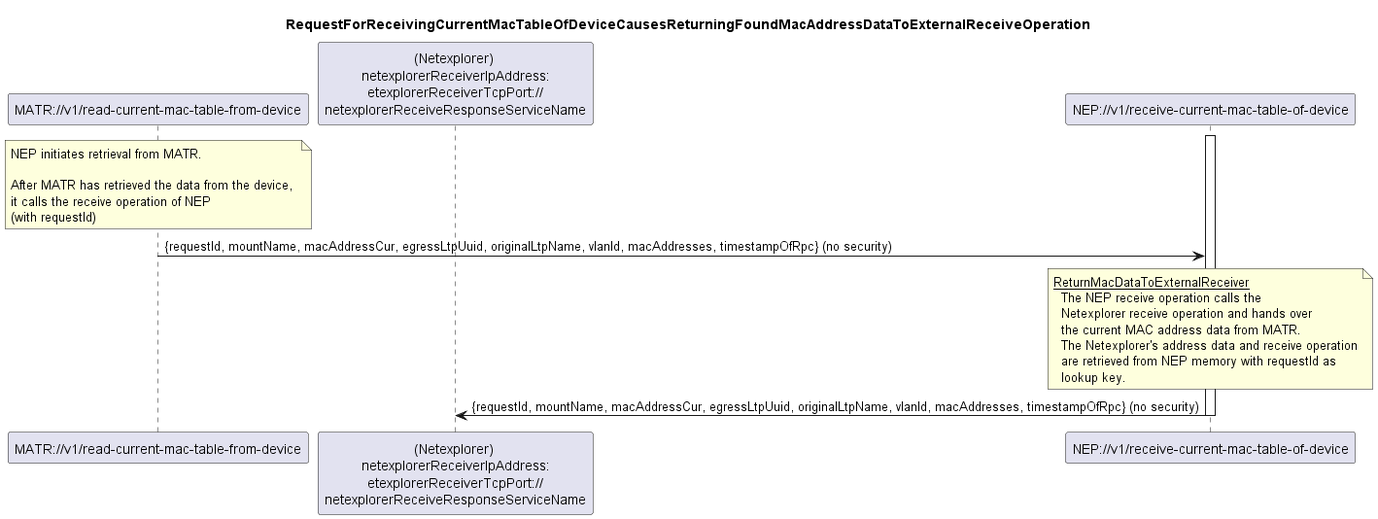
openBackhaul/NetExplorerProxy keeps this PlantUML diagram as spec/diagrams/003_ReceiveCurrentMacTableOfDevice.png. Above is the earlier version.
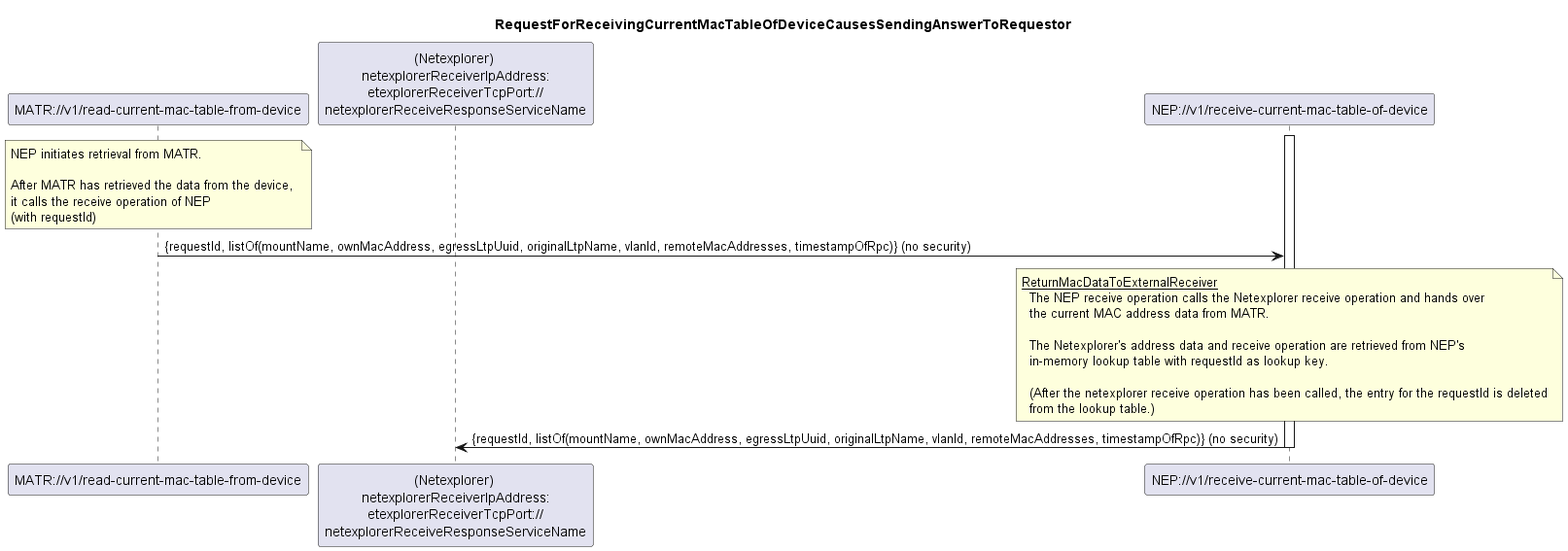
After the change.

Diff of the diagram source:
```diff
@@ -2,7 +2,7 @@
 skinparam responseMessageBelowArrow true
 
 title
-  RequestForReceivingCurrentMacTableOfDeviceCausesReturningFoundMacAddressDataToExternalReceiveOperation
+  RequestForReceivingCurrentMacTableOfDeviceCausesSendingAnswerToRequestor
 end title
 
 participant "MATR://v1/read-current-mac-table-from-device" as matr
@@ -18,19 +18,21 @@
   it calls the receive operation of NEP
   (with requestId)
 end note
-matr -> nep: {requestId, mountName, macAddressCur, egressLtpUuid, originalLtpName, vlanId, macAddresses, timestampOfRpc} (no security)
+matr -> nep: {requestId, listOf(mountName, ownMacAddress, egressLtpUuid, originalLtpName, vlanId, remoteMacAddresses, timestampOfRpc)} (no security)
 
 
 note over nep
   <u>ReturnMacDataToExternalReceiver</u>
-    The NEP receive operation calls the
-    Netexplorer receive operation and hands over
+    The NEP receive operation calls the Netexplorer receive operation and hands over
     the current MAC address data from MATR.
-    The Netexplorer's address data and receive operation
-    are retrieved from NEP memory with requestId as
-    lookup key.
+
+    The Netexplorer's address data and receive operation are retrieved from NEP's
+    in-memory lookup table with requestId as lookup key.
+
+    (After the netexplorer receive operation has been called, the entry for the requestId is deleted
+    from the lookup table.)
 end note
-nep -> receiver: {requestId, mountName, macAddressCur, egressLtpUuid, originalLtpName, vlanId, macAddresses, timestampOfRpc} (no security)
+nep -> receiver: {requestId, listOf(mountName, ownMacAddress, egressLtpUuid, originalLtpName, vlanId, remoteMacAddresses, timestampOfRpc)} (no security)
 
 
 deactivate nep
```
